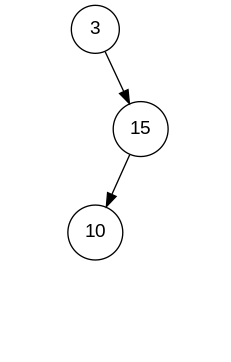
This is diagram.png from radwanCS/Data-Structure-Visualization-with-Graphviz, a Graphviz export, as it was before one commit. Its source is kept beside it as diagram.dot.
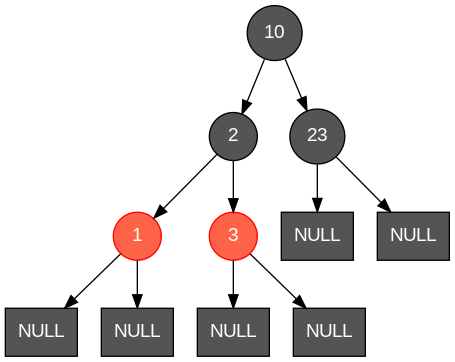
The same diagram one commit later.

Diff of the diagram source:
```diff
@@ -1,13 +1,27 @@
-digraph "Splay Tree" {
-	node [fontname="Arial", shape=circle];
-	NULL1 [shape=rectangle, style = invis];
-	3 -> NULL1 [style=invis];
-	3 -> 15;
-	15 -> 10;
-	NULL2 [shape=rectangle, style = invis];
-	15 -> NULL2 [style=invis];
-	NULL3 [shape=rectangle, style = invis];
-	10 -> NULL3 [style=invis];
-	NULL4 [shape=rectangle, style = invis];
-	10 -> NULL4 [style=invis];
+digraph BST {
+	node [fontname="Arial", shape=circle, fontcolor=white];
+	10 [color = black, style=filled, fillcolor = gray33];
+	2 [color = black, style=filled, fillcolor = gray33];
+	10 -> 2;
+	10 [color = black, style = filled, fillcolor = gray33];
+	23 [color = black, style = filled, fillcolor = gray33];
+	10 -> 23;
+	2 [color = black, style=filled, fillcolor = gray33];
+	1 [color=red, style=filled, fillcolor=tomato];
+	2 -> 1;
+	2 [color = black, style = filled, fillcolor = gray33];
+	3 [color = red, style=filled, fillcolor = tomato];
+	2 -> 3;
+	NULL1 [label="NULL" shape=rectangle, color = black, style = filled, fillcolor = gray33];
+	1 -> NULL1;
+	NULL2 [label="NULL" shape=rectangle, color = black, style = filled, fillcolor = gray33];
+	1 -> NULL2;
+	NULL3 [label="NULL" shape=rectangle, color = black, style = filled, fillcolor = gray33];
+	3 -> NULL3;
+	NULL4 [label="NULL" shape=rectangle, color = black, style = filled, fillcolor = gray33];
+	3 -> NULL4;
+	NULL5 [label="NULL" shape=rectangle, color = black, style = filled, fillcolor = gray33];
+	23 -> NULL5;
+	NULL6 [label="NULL" shape=rectangle, color = black, style = filled, fillcolor = gray33];
+	23 -> NULL6;
 }
```
